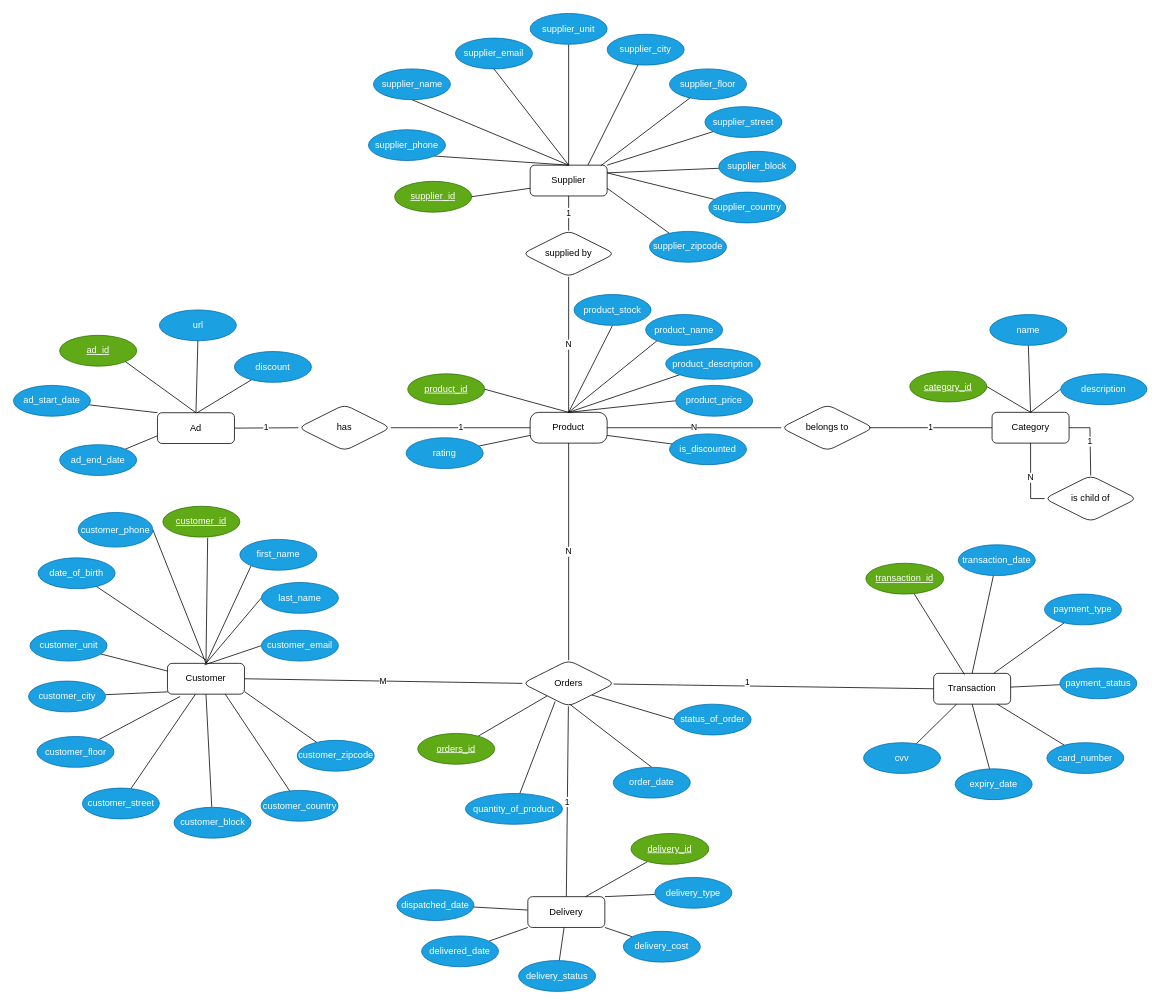
This is E_R_Diagram/ER_Diag final.drawio from diego-karsa/Data-Management-Group-15, a draw.io file, before an edit. Source tidied: cells renumbered, new cells numbered last; positions are measured from the earlier drawing's top-left corner, leaving out a move shared by most shapes. Both pictures are drawn from the tidied source at 77%, with x=0, y=0 at pixel (13, 13).
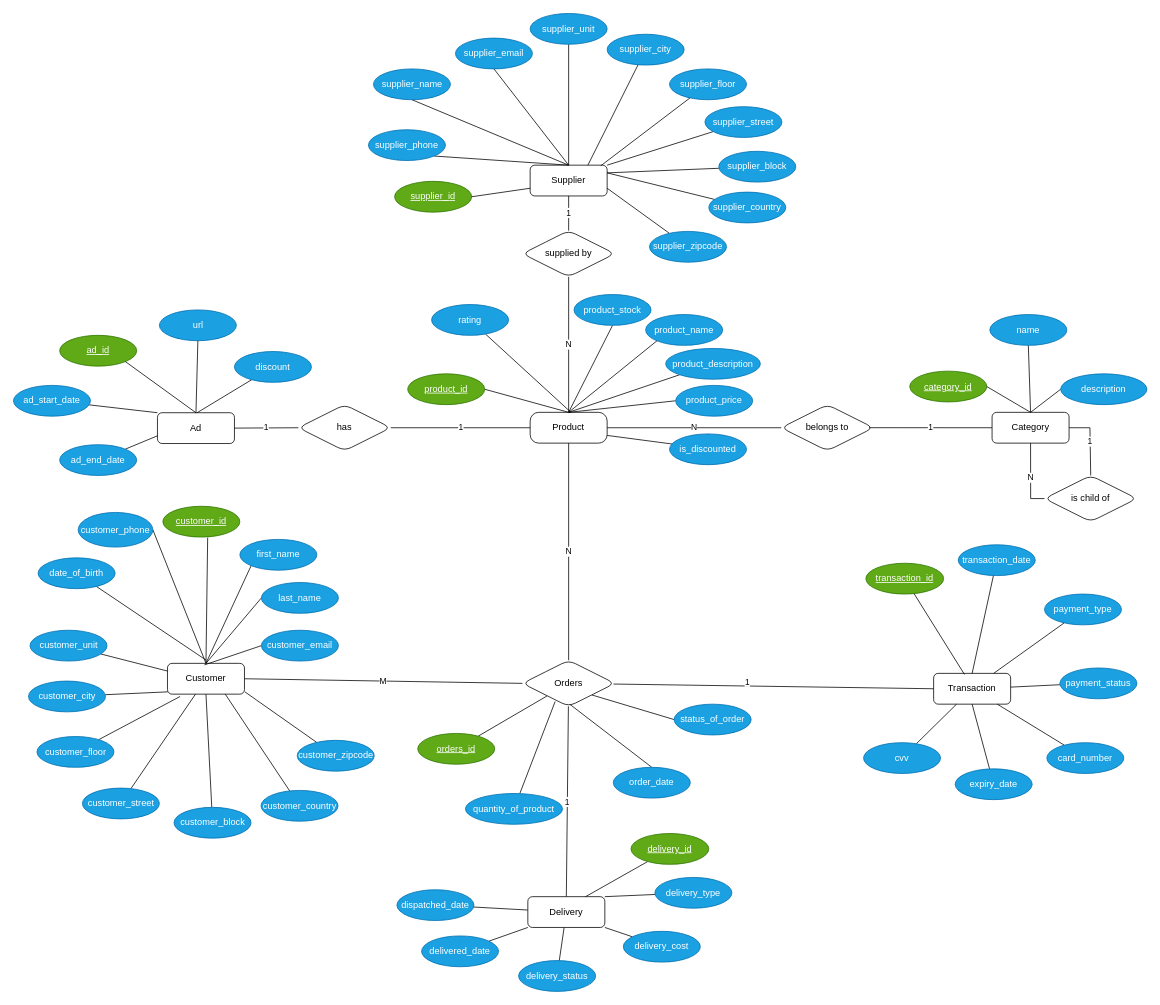
Above is the later version.

The change refers to these unchanged cells:
```xml
<mxCell id="4" value="Product" style="whiteSpace=wrap;html=1;align=center;rounded=1;arcSize=28;" parent="1" vertex="1">
  <mxGeometry x="671" y="518" width="100" height="40" as="geometry" />
</mxCell>
```

The edit, as a diff of the source:
```diff
@@
-    <mxCell id="111" style="edgeStyle=none;html=1;entryX=0;entryY=0.75;entryDx=0;entryDy=0;endArrow=none;endFill=0;" parent="1" edge="1" source="112" target="4">
-      <mxGeometry relative="1" as="geometry" />
+    <mxCell id="111" style="edgeStyle=none;html=1;endArrow=none;endFill=0;" parent="1" edge="1" source="112">
+      <mxGeometry relative="1" as="geometry">
+        <mxPoint x="724" y="518" as="targetPoint" />
+      </mxGeometry>
     </mxCell>
     <mxCell id="112" value="rating" style="ellipse;whiteSpace=wrap;html=1;align=center;fontStyle=0;rounded=1;fillColor=#1ba1e2;fontColor=#ffffff;strokeColor=#006EAF;" parent="1" vertex="1">
-      <mxGeometry x="510" y="551" width="100" height="40" as="geometry" />
+      <mxGeometry x="543" y="378" width="100" height="40" as="geometry" />
     </mxCell>
```
